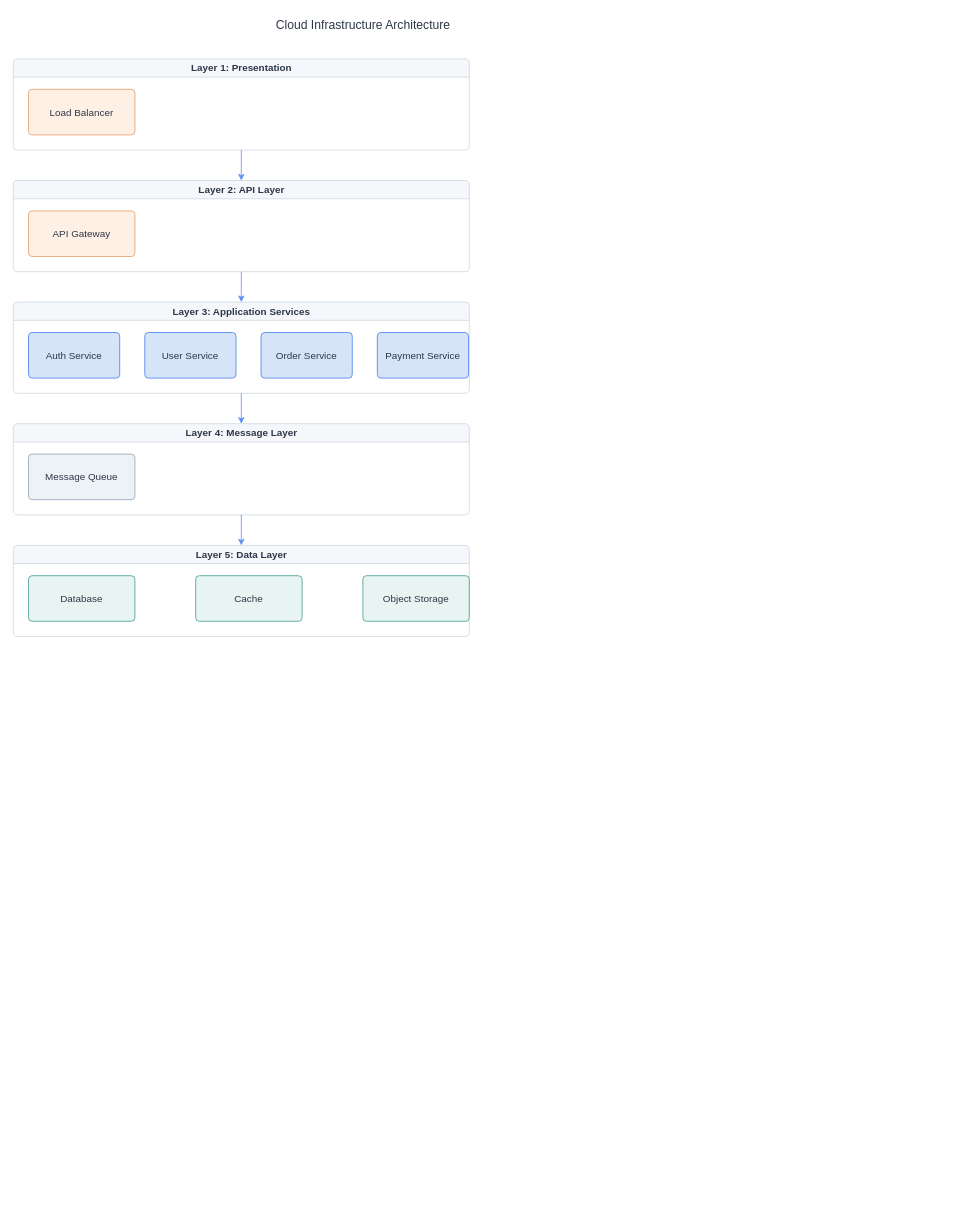
Above: examples/tech-blue-cloud-layers.drawio in Ikaros12643/drawio-enhanced (draw.io), before the change. Source tidied: cells renumbered, new cells numbered last; positions are measured from the earlier drawing's top-left corner, leaving out a move shared by most shapes. Both pictures are drawn from the tidied source at 76%, with x=0, y=0 at pixel (13, 13).
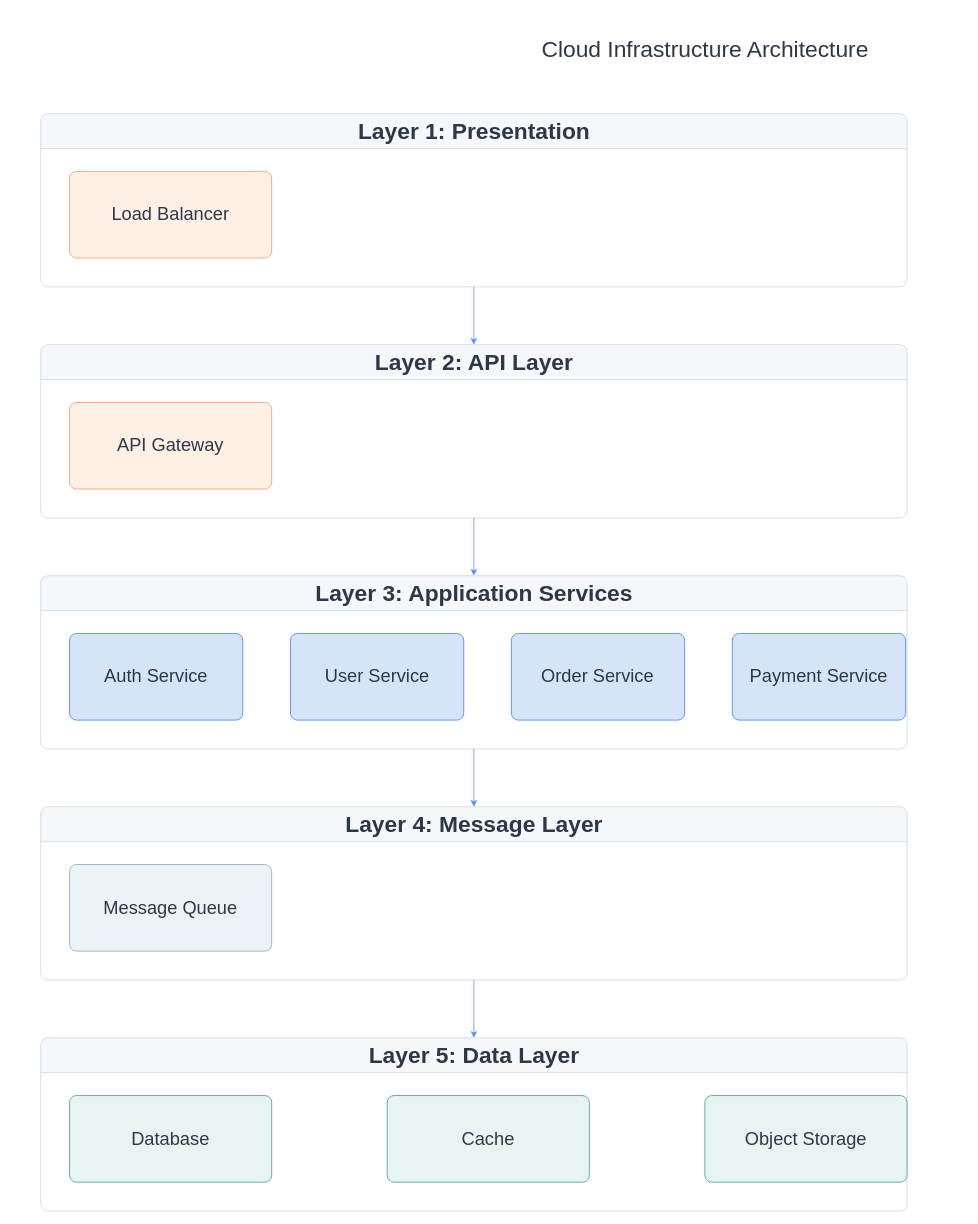
The same diagram, later.

What changed in the source:
```diff
@@
-    <mxCell id="2" value="Cloud Infrastructure Architecture" style="text;html=1;fontSize=16;fontColor=#2D3748;fontStyle=bold;verticalAlign=middle;align=center;" parent="1" vertex="1">
-      <mxGeometry x="280" width="360" height="30" as="geometry" />
+    <mxCell id="2" value="Cloud Infrastructure Architecture" style="text;html=1;fontSize=30;fontColor=#2D3748;fontStyle=bold;verticalAlign=middle;align=center;" parent="1" vertex="1">
+      <mxGeometry x="568" y="18" width="684" height="57" as="geometry" />
     </mxCell>
-    <mxCell id="3" value="Layer 1: Presentation" style="swimlane;startSize=24;rounded=1;arcSize=8;strokeWidth=1;strokeDashPattern=4 3;html=1;fillColor=#F5F7FA;strokeColor=#CBD5E0;fontColor=#2D3748;fontSize=13;" parent="1" vertex="1">
-      <mxGeometry y="60" width="600" height="120" as="geometry" />
+    <mxCell id="3" value="Layer 1: Presentation" style="swimlane;startSize=46;rounded=1;arcSize=8;strokeWidth=1;strokeDashPattern=4 3;html=1;fillColor=#F5F7FA;strokeColor=#CBD5E0;fontColor=#2D3748;fontSize=30;" parent="1" vertex="1">
+      <mxGeometry x="36" y="132" width="1140" height="228" as="geometry" />
     </mxCell>
-    <mxCell id="4" value="Layer 2: API Layer" style="swimlane;startSize=24;rounded=1;arcSize=8;strokeWidth=1;strokeDashPattern=4 3;html=1;fillColor=#F5F7FA;strokeColor=#CBD5E0;fontColor=#2D3748;fontSize=13;" parent="1" vertex="1">
-      <mxGeometry y="220" width="600" height="120" as="geometry" />
+    <mxCell id="4" value="Layer 2: API Layer" style="swimlane;startSize=46;rounded=1;arcSize=8;strokeWidth=1;strokeDashPattern=4 3;html=1;fillColor=#F5F7FA;strokeColor=#CBD5E0;fontColor=#2D3748;fontSize=30;" parent="1" vertex="1">
+      <mxGeometry x="36" y="436" width="1140" height="228" as="geometry" />
     </mxCell>
-    <mxCell id="5" value="Layer 3: Application Services" style="swimlane;startSize=24;rounded=1;arcSize=8;strokeWidth=1;strokeDashPattern=4 3;html=1;fillColor=#F5F7FA;strokeColor=#CBD5E0;fontColor=#2D3748;fontSize=13;" parent="1" vertex="1">
-      <mxGeometry y="380" width="600" height="120" as="geometry" />
+    <mxCell id="5" value="Layer 3: Application Services" style="swimlane;startSize=46;rounded=1;arcSize=8;strokeWidth=1;strokeDashPattern=4 3;html=1;fillColor=#F5F7FA;strokeColor=#CBD5E0;fontColor=#2D3748;fontSize=30;" parent="1" vertex="1">
+      <mxGeometry x="36" y="740" width="1140" height="228" as="geometry" />
     </mxCell>
-    <mxCell id="6" value="Layer 4: Message Layer" style="swimlane;startSize=24;rounded=1;arcSize=8;strokeWidth=1;strokeDashPattern=4 3;html=1;fillColor=#F5F7FA;strokeColor=#CBD5E0;fontColor=#2D3748;fontSize=13;" parent="1" vertex="1">
-      <mxGeometry y="540" width="600" height="120" as="geometry" />
+    <mxCell id="6" value="Layer 4: Message Layer" style="swimlane;startSize=46;rounded=1;arcSize=8;strokeWidth=1;strokeDashPattern=4 3;html=1;fillColor=#F5F7FA;strokeColor=#CBD5E0;fontColor=#2D3748;fontSize=30;" parent="1" vertex="1">
+      <mxGeometry x="36" y="1044" width="1140" height="228" as="geometry" />
     </mxCell>
-    <mxCell id="7" value="Layer 5: Data Layer" style="swimlane;startSize=24;rounded=1;arcSize=8;strokeWidth=1;strokeDashPattern=4 3;html=1;fillColor=#F5F7FA;strokeColor=#CBD5E0;fontColor=#2D3748;fontSize=13;" parent="1" vertex="1">
-      <mxGeometry y="700" width="600" height="120" as="geometry" />
+    <mxCell id="7" value="Layer 5: Data Layer" style="swimlane;startSize=46;rounded=1;arcSize=8;strokeWidth=1;strokeDashPattern=4 3;html=1;fillColor=#F5F7FA;strokeColor=#CBD5E0;fontColor=#2D3748;fontSize=30;" parent="1" vertex="1">
+      <mxGeometry x="36" y="1348" width="1140" height="228" as="geometry" />
     </mxCell>
-    <mxCell id="8" value="Load Balancer" style="rounded=1;whiteSpace=wrap;html=1;arcSize=8;strokeWidth=1.2;fontSize=13;fillColor=#FFF0E5;strokeColor=#E8A87C;fontColor=#2D3748;" parent="1" vertex="1">
-      <mxGeometry x="20" y="100" width="140" height="60" as="geometry" />
+    <mxCell id="8" value="Load Balancer" style="rounded=1;whiteSpace=wrap;html=1;arcSize=8;strokeWidth=1.2;fontSize=24;fillColor=#FFF0E5;strokeColor=#E8A87C;fontColor=#2D3748;" parent="1" vertex="1">
+      <mxGeometry x="74" y="208" width="266" height="114" as="geometry" />
     </mxCell>
-    <mxCell id="9" value="API Gateway" style="rounded=1;whiteSpace=wrap;html=1;arcSize=8;strokeWidth=1.2;fontSize=13;fillColor=#FFF0E5;strokeColor=#E8A87C;fontColor=#2D3748;" parent="1" vertex="1">
-      <mxGeometry x="20" y="260" width="140" height="60" as="geometry" />
+    <mxCell id="9" value="API Gateway" style="rounded=1;whiteSpace=wrap;html=1;arcSize=8;strokeWidth=1.2;fontSize=24;fillColor=#FFF0E5;strokeColor=#E8A87C;fontColor=#2D3748;" parent="1" vertex="1">
+      <mxGeometry x="74" y="512" width="266" height="114" as="geometry" />
     </mxCell>
-    <mxCell id="10" value="Auth Service" style="rounded=1;whiteSpace=wrap;html=1;arcSize=8;strokeWidth=1.2;fontSize=13;fillColor=#D6E4F9;strokeColor=#5B8DEF;fontColor=#2D3748;" parent="1" vertex="1">
-      <mxGeometry x="20" y="420" width="120" height="60" as="geometry" />
+    <mxCell id="10" value="Auth Service" style="rounded=1;whiteSpace=wrap;html=1;arcSize=8;strokeWidth=1.2;fontSize=24;fillColor=#D6E4F9;strokeColor=#5B8DEF;fontColor=#2D3748;" parent="1" vertex="1">
+      <mxGeometry x="74" y="816" width="228" height="114" as="geometry" />
     </mxCell>
-    <mxCell id="11" value="User Service" style="rounded=1;whiteSpace=wrap;html=1;arcSize=8;strokeWidth=1.2;fontSize=13;fillColor=#D6E4F9;strokeColor=#5B8DEF;fontColor=#2D3748;" parent="1" vertex="1">
-      <mxGeometry x="173" y="420" width="120" height="60" as="geometry" />
+    <mxCell id="11" value="User Service" style="rounded=1;whiteSpace=wrap;html=1;arcSize=8;strokeWidth=1.2;fontSize=24;fillColor=#D6E4F9;strokeColor=#5B8DEF;fontColor=#2D3748;" parent="1" vertex="1">
+      <mxGeometry x="364.7" y="816" width="228" height="114" as="geometry" />
     </mxCell>
-    <mxCell id="12" value="Order Service" style="rounded=1;whiteSpace=wrap;html=1;arcSize=8;strokeWidth=1.2;fontSize=13;fillColor=#D6E4F9;strokeColor=#5B8DEF;fontColor=#2D3748;" parent="1" vertex="1">
-      <mxGeometry x="326" y="420" width="120" height="60" as="geometry" />
+    <mxCell id="12" value="Order Service" style="rounded=1;whiteSpace=wrap;html=1;arcSize=8;strokeWidth=1.2;fontSize=24;fillColor=#D6E4F9;strokeColor=#5B8DEF;fontColor=#2D3748;" parent="1" vertex="1">
+      <mxGeometry x="655.4" y="816" width="228" height="114" as="geometry" />
     </mxCell>
-    <mxCell id="13" value="Payment Service" style="rounded=1;whiteSpace=wrap;html=1;arcSize=8;strokeWidth=1.2;fontSize=13;fillColor=#D6E4F9;strokeColor=#5B8DEF;fontColor=#2D3748;" parent="1" vertex="1">
-      <mxGeometry x="479" y="420" width="120" height="60" as="geometry" />
+    <mxCell id="13" value="Payment Service" style="rounded=1;whiteSpace=wrap;html=1;arcSize=8;strokeWidth=1.2;fontSize=24;fillColor=#D6E4F9;strokeColor=#5B8DEF;fontColor=#2D3748;" parent="1" vertex="1">
+      <mxGeometry x="946.1" y="816" width="228" height="114" as="geometry" />
     </mxCell>
-    <mxCell id="14" value="Message Queue" style="rounded=1;whiteSpace=wrap;html=1;arcSize=8;strokeWidth=1.2;fontSize=13;fillColor=#EDF2F7;strokeColor=#A0AEC0;fontColor=#2D3748;" parent="1" vertex="1">
-      <mxGeometry x="20" y="580" width="140" height="60" as="geometry" />
+    <mxCell id="14" value="Message Queue" style="rounded=1;whiteSpace=wrap;html=1;arcSize=8;strokeWidth=1.2;fontSize=24;fillColor=#EDF2F7;strokeColor=#A0AEC0;fontColor=#2D3748;" parent="1" vertex="1">
+      <mxGeometry x="74" y="1120" width="266" height="114" as="geometry" />
     </mxCell>
-    <mxCell id="15" value="Database" style="rounded=1;whiteSpace=wrap;html=1;arcSize=8;strokeWidth=1.2;fontSize=13;fillColor=#E8F4F2;strokeColor=#5BA8A0;fontColor=#2D3748;" parent="1" vertex="1">
-      <mxGeometry x="20" y="740" width="140" height="60" as="geometry" />
+    <mxCell id="15" value="Database" style="rounded=1;whiteSpace=wrap;html=1;arcSize=8;strokeWidth=1.2;fontSize=24;fillColor=#E8F4F2;strokeColor=#5BA8A0;fontColor=#2D3748;" parent="1" vertex="1">
+      <mxGeometry x="74" y="1424" width="266" height="114" as="geometry" />
     </mxCell>
-    <mxCell id="16" value="Cache" style="rounded=1;whiteSpace=wrap;html=1;arcSize=8;strokeWidth=1.2;fontSize=13;fillColor=#E8F4F2;strokeColor=#5BA8A0;fontColor=#2D3748;" parent="1" vertex="1">
-      <mxGeometry x="240" y="740" width="140" height="60" as="geometry" />
+    <mxCell id="16" value="Cache" style="rounded=1;whiteSpace=wrap;html=1;arcSize=8;strokeWidth=1.2;fontSize=24;fillColor=#E8F4F2;strokeColor=#5BA8A0;fontColor=#2D3748;" parent="1" vertex="1">
+      <mxGeometry x="492" y="1424" width="266" height="114" as="geometry" />
     </mxCell>
-    <mxCell id="17" value="Object Storage" style="rounded=1;whiteSpace=wrap;html=1;arcSize=8;strokeWidth=1.2;fontSize=13;fillColor=#E8F4F2;strokeColor=#5BA8A0;fontColor=#2D3748;" parent="1" vertex="1">
-      <mxGeometry x="460" y="740" width="140" height="60" as="geometry" />
+    <mxCell id="17" value="Object Storage" style="rounded=1;whiteSpace=wrap;html=1;arcSize=8;strokeWidth=1.2;fontSize=24;fillColor=#E8F4F2;strokeColor=#5BA8A0;fontColor=#2D3748;" parent="1" vertex="1">
+      <mxGeometry x="910" y="1424" width="266" height="114" as="geometry" />
     </mxCell>
-    <mxCell id="18" style="edgeStyle=orthogonalEdgeStyle;rounded=1;html=1;strokeWidth=1;endArrow=classic;endFill=1;strokeColor=#5B8DEF;fontSize=10;fontColor=#A0AEC0;" parent="1" edge="1" source="3" target="4">
+    <mxCell id="18" style="edgeStyle=orthogonalEdgeStyle;rounded=1;html=1;strokeWidth=1;endArrow=classic;endFill=1;strokeColor=#5B8DEF;fontSize=18;fontColor=#A0AEC0;" parent="1" edge="1" source="3" target="4">
       <mxGeometry relative="1" as="geometry" />
     </mxCell>
-    <mxCell id="19" style="edgeStyle=orthogonalEdgeStyle;rounded=1;html=1;strokeWidth=1;endArrow=classic;endFill=1;strokeColor=#5B8DEF;fontSize=10;fontColor=#A0AEC0;" parent="1" edge="1" source="4" target="5">
+    <mxCell id="19" style="edgeStyle=orthogonalEdgeStyle;rounded=1;html=1;strokeWidth=1;endArrow=classic;endFill=1;strokeColor=#5B8DEF;fontSize=18;fontColor=#A0AEC0;" parent="1" edge="1" source="4" target="5">
       <mxGeometry relative="1" as="geometry" />
     </mxCell>
-    <mxCell id="20" style="edgeStyle=orthogonalEdgeStyle;rounded=1;html=1;strokeWidth=1;endArrow=classic;endFill=1;strokeColor=#5B8DEF;fontSize=10;fontColor=#A0AEC0;" parent="1" edge="1" source="5" target="6">
+    <mxCell id="20" style="edgeStyle=orthogonalEdgeStyle;rounded=1;html=1;strokeWidth=1;endArrow=classic;endFill=1;strokeColor=#5B8DEF;fontSize=18;fontColor=#A0AEC0;" parent="1" edge="1" source="5" target="6">
       <mxGeometry relative="1" as="geometry" />
     </mxCell>
-    <mxCell id="21" style="edgeStyle=orthogonalEdgeStyle;rounded=1;html=1;strokeWidth=1;endArrow=classic;endFill=1;strokeColor=#5B8DEF;fontSize=10;fontColor=#A0AEC0;" parent="1" edge="1" source="6" target="7">
+    <mxCell id="21" style="edgeStyle=orthogonalEdgeStyle;rounded=1;html=1;strokeWidth=1;endArrow=classic;endFill=1;strokeColor=#5B8DEF;fontSize=18;fontColor=#A0AEC0;" parent="1" edge="1" source="6" target="7">
       <mxGeometry relative="1" as="geometry" />
     </mxCell>
```
